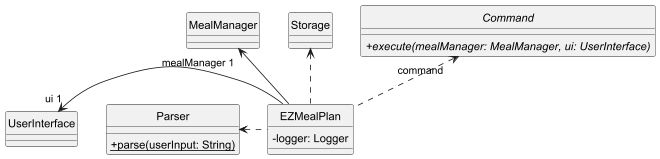
wentuoc/tp keeps this PlantUML diagram as docs/diagrams/EZMealPlanClass.png. Above is the earlier version.
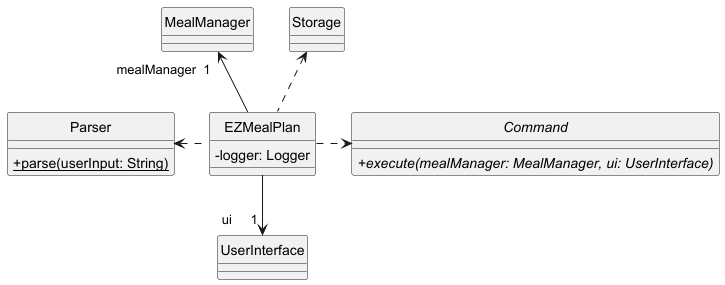
The same file after the commit.

What changed in the source:
```diff
@@ -21,11 +21,11 @@
  +{abstract}execute(mealManager: MealManager, ui: UserInterface)
  }
 
- UserInterface "ui 1" <- EZMealPlan
- MealManager "mealManager 1" <-- EZMealPlan
+ UserInterface "ui\t1" <-up- EZMealPlan
+ MealManager "mealManager\t1" <-- EZMealPlan
  Storage <.. EZMealPlan
  Parser <. EZMealPlan
- Command "command" <.. EZMealPlan
+ Command <...left... EZMealPlan
 
 
  hide circle
```
